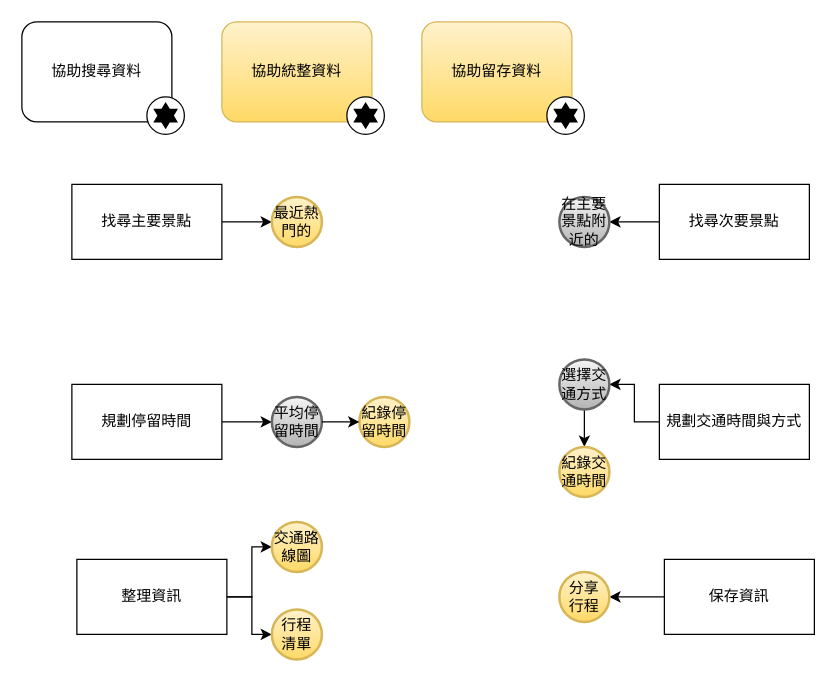
This is ECheeGoo_Features.drawio from Chunshan-Theta/rbs, a draw.io file, before an edit. Source tidied: cells renumbered, new cells numbered last; positions are measured from the earlier drawing's top-left corner, leaving out a move shared by most shapes. Both pictures are drawn from the tidied source at 125%, with x=0, y=0 at pixel (21, 21).
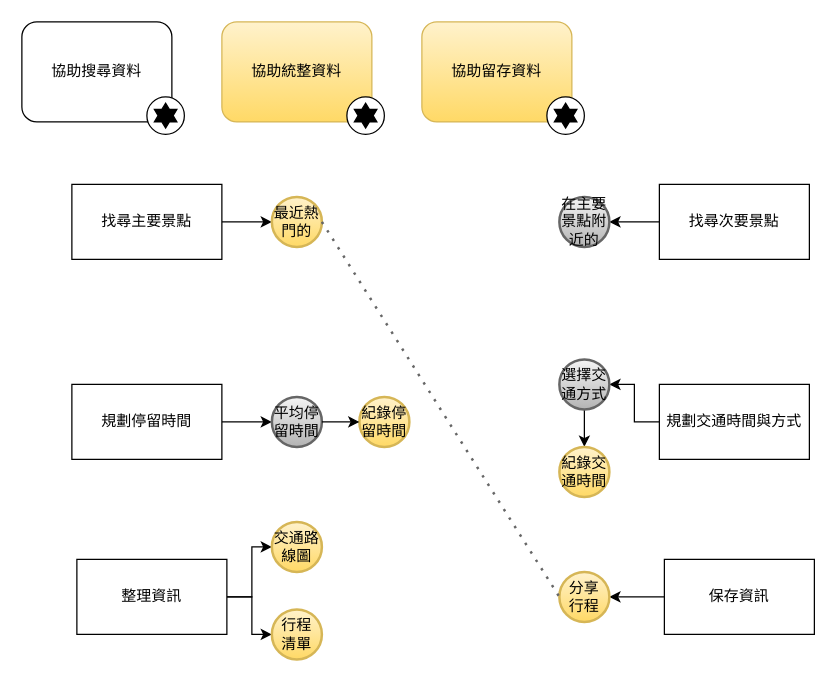
The same page after the edit.

The change refers to these unchanged cells:
```xml
<mxCell id="25" value="最近熱門的" style="strokeWidth=2;html=1;shape=mxgraph.flowchart.start_2;whiteSpace=wrap;gradientColor=#ffd966;fillColor=#fff2cc;strokeColor=#d6b656;" parent="1" vertex="1">
  <mxGeometry x="200" y="140" width="40" height="40" as="geometry" />
</mxCell>
<mxCell id="32" value="分享&lt;br&gt;行程" style="strokeWidth=2;html=1;shape=mxgraph.flowchart.start_2;whiteSpace=wrap;gradientColor=#ffd966;fillColor=#fff2cc;strokeColor=#d6b656;" parent="1" vertex="1">
  <mxGeometry x="430" y="440" width="40" height="40" as="geometry" />
</mxCell>
```

Diff of the diagram source:
```diff
@@
+    <mxCell id="35" style="endArrow=none;dashed=1;html=1;dashPattern=1 3;strokeWidth=2;entryX=0;entryY=0.5;entryDx=0;entryDy=0;entryPerimeter=0;exitX=1;exitY=0.5;exitDx=0;exitDy=0;exitPerimeter=0;gradientColor=#b3b3b3;fillColor=#f5f5f5;strokeColor=#666666;" parent="1" edge="1" source="25" target="32">
+      <mxGeometry relative="1" as="geometry" />
+    </mxCell>
```
